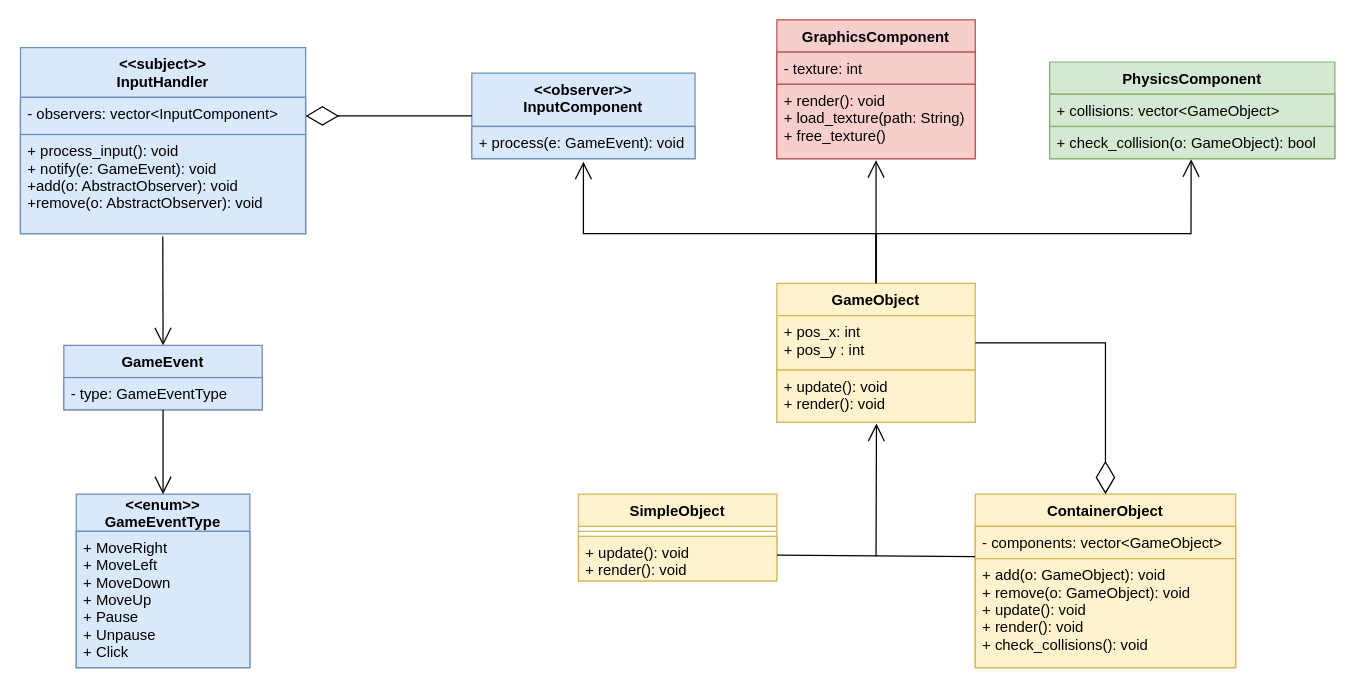
JuanGonzalezCaminero/Simple_Game_Engine keeps this draw.io diagram as doc/diagram.drawio. Above is the earlier version. Source tidied: cells renumbered, new cells numbered last; positions are measured from the earlier drawing's top-left corner, leaving out a move shared by most shapes. Both pictures are drawn from the tidied source at 124%, with x=0, y=0 at pixel (20, 20).
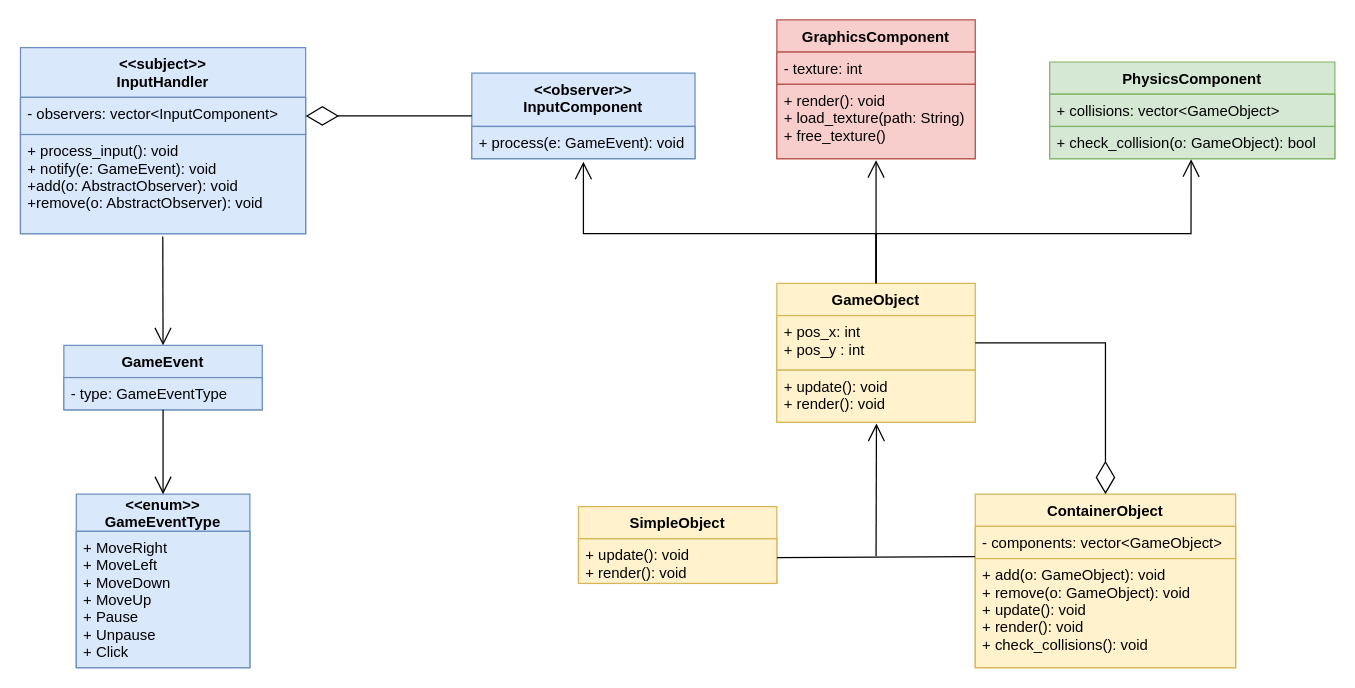
Above is the later version.

Diff of the diagram source:
```diff
@@
     <mxCell id="20" value="SimpleObject" style="swimlane;fontStyle=1;align=center;verticalAlign=top;horizontal=1;startSize=26;fillColor=#fff2cc;strokeColor=#d6b656;" parent="1" vertex="1">
-      <mxGeometry x="450" y="382" width="160" height="70" as="geometry" />
+      <mxGeometry x="450" y="392" width="160" height="62" as="geometry" />
     </mxCell>
-    <mxCell id="21" style="line;strokeWidth=1;fillColor=#fff2cc;align=left;verticalAlign=middle;spacingTop=-1;spacingLeft=3;spacingRight=3;labelPosition=right;strokeColor=#d6b656;" parent="20" vertex="1">
-      <mxGeometry y="26" width="160" height="8" as="geometry" />
-    </mxCell>
     <mxCell id="22" value="+ update(): void&#10;+ render(): void" style="text;strokeColor=#d6b656;fillColor=#fff2cc;align=left;verticalAlign=top;spacingLeft=4;spacingRight=4;overflow=hidden;points=[[0,0.5],[1,0.5]];portConstraint=eastwest;" parent="20" vertex="1">
-      <mxGeometry y="34" width="160" height="36" as="geometry" />
+      <mxGeometry y="26" width="160" height="36" as="geometry" />
     </mxCell>
```
